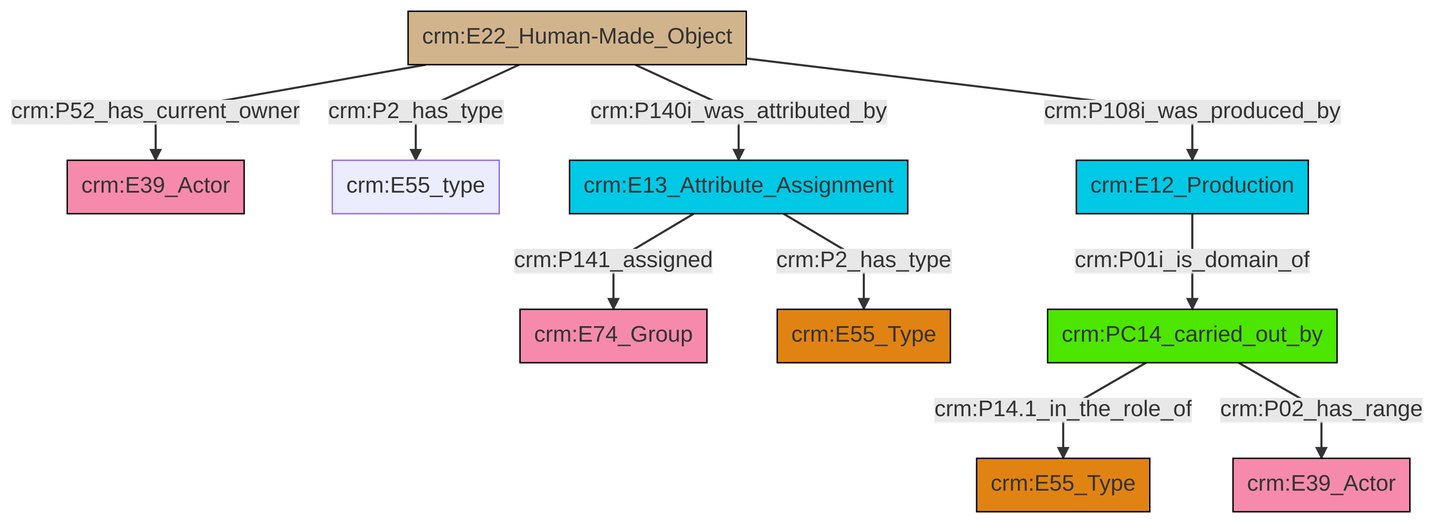
Before: et/builtWorkCSV/ttl/mmd/png/Built_Work_actor_relations.png, a diagram exported from Mermaid (swiss-art-research-net/reference-data-models). Its source is kept beside it as et/builtWorkCSV/ttl/mmd/Built_Work_actor_relations.ttl.mmd.
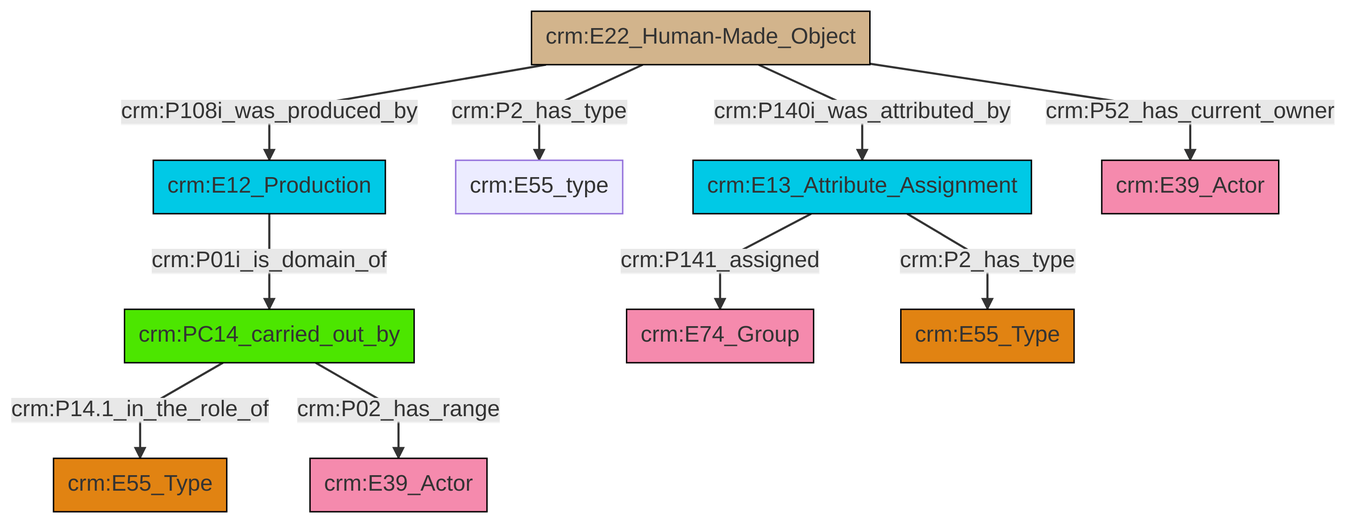
The same diagram one commit later.

What changed in the source:
```diff
@@ -13,12 +13,12 @@
 classDef PC_Classes fill:#4ce600, stroke:#000000;
 classDef Multi fill:#cccccc,stroke:#000000;
 
-2["crm:PC14_carried_out_by"]:::PC_Classes -->|crm:P14.1_in_the_role_of| 3["crm:E55_Type"]:::Type
-8["crm:E22_Human-Made_Object"]:::Physical_Thing -->|crm:P52_has_current_owner| 6["crm:E39_Actor"]:::Actor
-9["crm:E12_Production"]:::Temporal_Entity -->|crm:P01i_is_domain_of| 2["crm:PC14_carried_out_by"]:::PC_Classes
-8["crm:E22_Human-Made_Object"]:::Physical_Thing -->|crm:P2_has_type| 10["crm:E55_type"]:::Default
-8["crm:E22_Human-Made_Object"]:::Physical_Thing -->|crm:P140i_was_attributed_by| 11["crm:E13_Attribute_Assignment"]:::Temporal_Entity
-11["crm:E13_Attribute_Assignment"]:::Temporal_Entity -->|crm:P141_assigned| 0["crm:E74_Group"]:::Actor
-8["crm:E22_Human-Made_Object"]:::Physical_Thing -->|crm:P108i_was_produced_by| 9["crm:E12_Production"]:::Temporal_Entity
-2["crm:PC14_carried_out_by"]:::PC_Classes -->|crm:P02_has_range| 16["crm:E39_Actor"]:::Actor
-11["crm:E13_Attribute_Assignment"]:::Temporal_Entity -->|crm:P2_has_type| 4["crm:E55_Type"]:::Type
+0["crm:E22_Human-Made_Object"]:::Physical_Thing -->|crm:P108i_was_produced_by| 1["crm:E12_Production"]:::Temporal_Entity
+4["crm:E13_Attribute_Assignment"]:::Temporal_Entity -->|crm:P141_assigned| 5["crm:E74_Group"]:::Actor
+6["crm:PC14_carried_out_by"]:::PC_Classes -->|crm:P14.1_in_the_role_of| 7["crm:E55_Type"]:::Type
+0["crm:E22_Human-Made_Object"]:::Physical_Thing -->|crm:P2_has_type| 10["crm:E55_type"]:::Default
+1["crm:E12_Production"]:::Temporal_Entity -->|crm:P01i_is_domain_of| 6["crm:PC14_carried_out_by"]:::PC_Classes
+4["crm:E13_Attribute_Assignment"]:::Temporal_Entity -->|crm:P2_has_type| 8["crm:E55_Type"]:::Type
+0["crm:E22_Human-Made_Object"]:::Physical_Thing -->|crm:P140i_was_attributed_by| 4["crm:E13_Attribute_Assignment"]:::Temporal_Entity
+0["crm:E22_Human-Made_Object"]:::Physical_Thing -->|crm:P52_has_current_owner| 2["crm:E39_Actor"]:::Actor
+6["crm:PC14_carried_out_by"]:::PC_Classes -->|crm:P02_has_range| 12["crm:E39_Actor"]:::Actor
```
